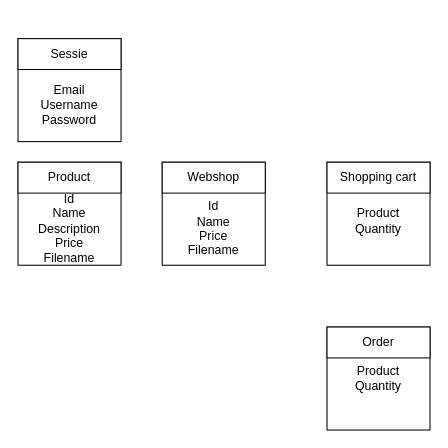
This is Diagrams/erd.drawio from Dazzlyz/educom-webshop-database, a draw.io file, before an edit. Source tidied: cells renumbered, new cells numbered last; positions are measured from the earlier drawing's top-left corner, leaving out a move shared by most shapes. Both pictures are drawn from the tidied source at 103%, with x=0, y=0 at pixel (18, 38).
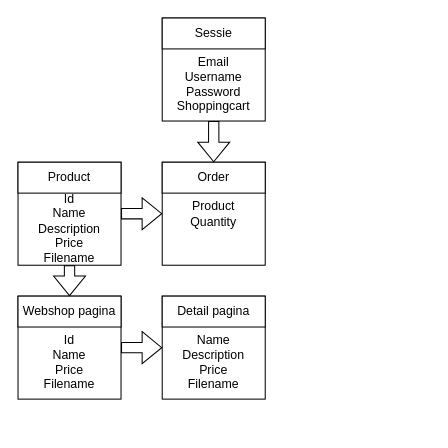
The same page after the edit.

Diff of the diagram source:
```diff
@@
 <mxGraphModel>
   <root>
     <mxCell id="0" />
     <mxCell id="1" parent="0" />
-    <mxCell id="2" value="&lt;div&gt;&lt;br&gt;&lt;/div&gt;&lt;div&gt;&lt;br&gt;&lt;/div&gt;&lt;div&gt;Email&lt;/div&gt;&lt;div&gt;Username&lt;/div&gt;&lt;div&gt;Password&lt;br&gt;&lt;/div&gt;" style="whiteSpace=wrap;html=1;" parent="1" vertex="1">
-      <mxGeometry width="100" height="100" as="geometry" />
+    <mxCell id="2" value="&lt;div&gt;&lt;br&gt;&lt;/div&gt;&lt;div&gt;&lt;br&gt;&lt;/div&gt;&lt;div&gt;Email&lt;/div&gt;&lt;div&gt;Username&lt;/div&gt;&lt;div&gt;Password&lt;br&gt;&lt;/div&gt;&lt;div&gt;Shoppingcart&lt;br&gt;&lt;/div&gt;" style="whiteSpace=wrap;html=1;" parent="1" vertex="1">
+      <mxGeometry x="140" y="-20" width="100" height="100" as="geometry" />
     </mxCell>
     <mxCell id="3" value="Sessie" style="rounded=0;whiteSpace=wrap;html=1;" parent="1" vertex="1">
-      <mxGeometry width="100" height="30" as="geometry" />
+      <mxGeometry x="140" y="-20" width="100" height="30" as="geometry" />
     </mxCell>
     <mxCell id="4" value="&lt;div&gt;&lt;br&gt;&lt;/div&gt;&lt;div&gt;&lt;br&gt;&lt;/div&gt;&lt;div&gt;Id &lt;br&gt;&lt;/div&gt;&lt;div&gt;Name&lt;/div&gt;&lt;div&gt;Description&lt;/div&gt;&lt;div&gt;Price&lt;/div&gt;&lt;div&gt;Filename&lt;br&gt;&lt;/div&gt;" style="whiteSpace=wrap;html=1;" parent="1" vertex="1">
       <mxGeometry y="120" width="100" height="100" as="geometry" />
     </mxCell>
     <mxCell id="5" value="Product" style="rounded=0;whiteSpace=wrap;html=1;" parent="1" vertex="1">
       <mxGeometry y="120" width="100" height="30" as="geometry" />
     </mxCell>
     <mxCell id="6" value="&lt;div&gt;&lt;br&gt;&lt;/div&gt;&lt;div&gt;&lt;br&gt;&lt;/div&gt;&lt;div&gt;Id &lt;br&gt;&lt;/div&gt;&lt;div&gt;Name&lt;/div&gt;&lt;div&gt;Price&lt;/div&gt;&lt;div&gt;Filename&lt;br&gt;&lt;/div&gt;" style="whiteSpace=wrap;html=1;" parent="1" vertex="1">
-      <mxGeometry x="140" y="120" width="100" height="100" as="geometry" />
+      <mxGeometry y="250" width="100" height="100" as="geometry" />
     </mxCell>
-    <mxCell id="7" value="Webshop" style="rounded=0;whiteSpace=wrap;html=1;" parent="1" vertex="1">
-      <mxGeometry x="140" y="120" width="100" height="30" as="geometry" />
+    <mxCell id="7" value="Webshop pagina" style="rounded=0;whiteSpace=wrap;html=1;" parent="1" vertex="1">
+      <mxGeometry y="250" width="100" height="30" as="geometry" />
     </mxCell>
-    <mxCell id="8" value="&lt;div&gt;&lt;br&gt;&lt;/div&gt;&lt;div&gt;Product&lt;br&gt;&lt;/div&gt;&lt;div&gt;Quantity&lt;br&gt;&lt;/div&gt;" style="whiteSpace=wrap;html=1;" parent="1" vertex="1">
-      <mxGeometry x="300" y="120" width="100" height="100" as="geometry" />
-    </mxCell>
-    <mxCell id="9" value="Shopping cart" style="rounded=0;whiteSpace=wrap;html=1;" parent="1" vertex="1">
-      <mxGeometry x="300" y="120" width="100" height="30" as="geometry" />
-    </mxCell>
     <mxCell id="10" value="&lt;div&gt;Product&lt;/div&gt;&lt;div&gt;Quantity&lt;br&gt;&lt;/div&gt;" style="whiteSpace=wrap;html=1;" parent="1" vertex="1">
-      <mxGeometry x="300" y="280" width="100" height="100" as="geometry" />
+      <mxGeometry x="140" y="120" width="100" height="100" as="geometry" />
     </mxCell>
     <mxCell id="11" value="Order" style="rounded=0;whiteSpace=wrap;html=1;" parent="1" vertex="1">
-      <mxGeometry x="300" y="280" width="100" height="30" as="geometry" />
+      <mxGeometry x="140" y="120" width="100" height="30" as="geometry" />
     </mxCell>
+    <mxCell id="12" value="&lt;div&gt;&lt;br&gt;&lt;/div&gt;&lt;div&gt;&lt;br&gt;&lt;/div&gt;&lt;div&gt;Name&lt;/div&gt;&lt;div&gt;Description&lt;/div&gt;&lt;div&gt;Price&lt;/div&gt;&lt;div&gt;Filename&lt;br&gt;&lt;/div&gt;" style="whiteSpace=wrap;html=1;" parent="1" vertex="1">
+      <mxGeometry x="140" y="250" width="100" height="100" as="geometry" />
+    </mxCell>
+    <mxCell id="13" value="Detail pagina" style="rounded=0;whiteSpace=wrap;html=1;" parent="1" vertex="1">
+      <mxGeometry x="140" y="250" width="100" height="30" as="geometry" />
+    </mxCell>
+    <mxCell id="14" style="shape=flexArrow;endArrow=classic;html=1;rounded=0;exitX=0.5;exitY=1;exitDx=0;exitDy=0;entryX=0.5;entryY=0;entryDx=0;entryDy=0;" parent="1" edge="1" source="4" target="7">
+      <mxGeometry relative="1" as="geometry" />
+    </mxCell>
+    <mxCell id="15" style="shape=flexArrow;endArrow=classic;html=1;rounded=0;exitX=1;exitY=0.5;exitDx=0;exitDy=0;entryX=0;entryY=0.5;entryDx=0;entryDy=0;" parent="1" edge="1" source="6" target="12">
+      <mxGeometry relative="1" as="geometry" />
+    </mxCell>
+    <mxCell id="16" style="shape=flexArrow;endArrow=classic;html=1;rounded=0;exitX=1;exitY=0.5;exitDx=0;exitDy=0;entryX=0;entryY=0.5;entryDx=0;entryDy=0;" parent="1" edge="1" source="4" target="10">
+      <mxGeometry relative="1" as="geometry" />
+    </mxCell>
+    <mxCell id="17" style="shape=flexArrow;endArrow=classic;html=1;rounded=0;exitX=0.5;exitY=1;exitDx=0;exitDy=0;entryX=0.5;entryY=0;entryDx=0;entryDy=0;" parent="1" edge="1" source="2" target="11">
+      <mxGeometry relative="1" as="geometry" />
+    </mxCell>
   </root>
 </mxGraphModel>
```
